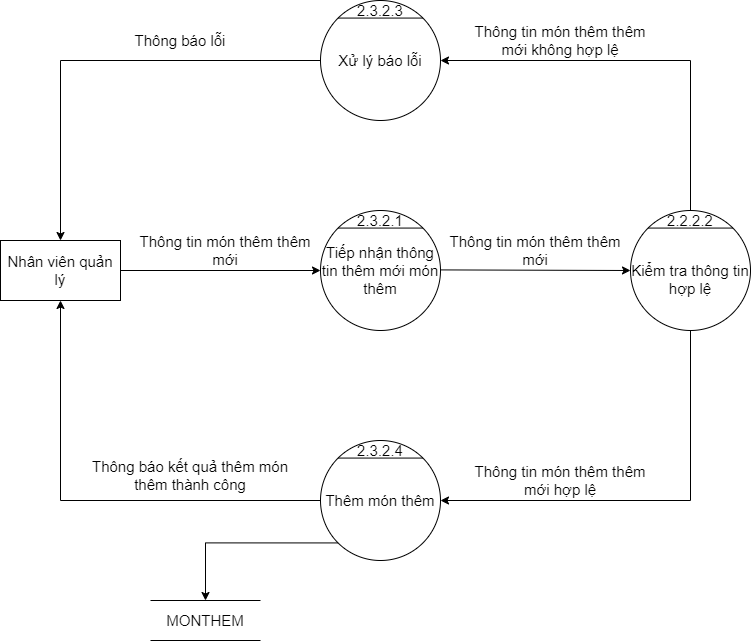
The draw.io diagram BFD&DFD/BFD&DFD mức 0, 1, 2, 3/DFD_3_QLMonthem_Insert.png in hungtadasuke/CoffeShop_SoftwareTechnology, before a commit. Source tidied: cells renumbered, new cells last; positions are measured from the earlier drawing's top-left corner, leaving out a move shared by most shapes.
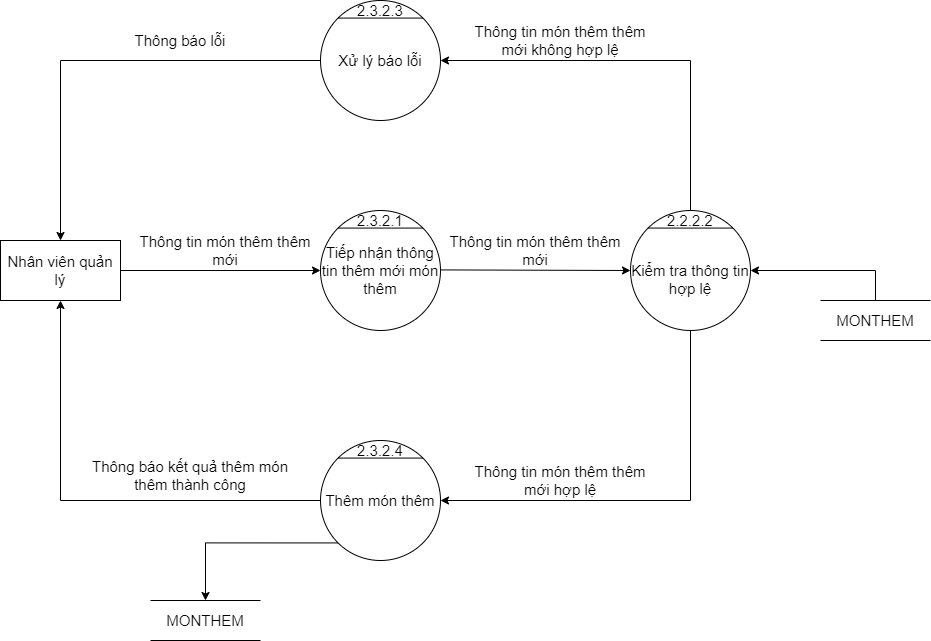
The same file after the commit.

Diff of the diagram source:
```diff
@@ -93,5 +93,15 @@
     <mxCell id="28" style="edgeStyle=segmentEdgeStyle;endArrow=classic;html=1;rounded=0;fontSize=15;entryX=0.5;entryY=0;entryDx=0;entryDy=0;exitX=0;exitY=1;exitDx=0;exitDy=0;" parent="1" edge="1" source="11" target="27">
       <mxGeometry relative="1" as="geometry" />
     </mxCell>
+    <mxCell id="29" value="&lt;font style=&quot;font-size: 15px&quot;&gt;MONTHEM&lt;/font&gt;" style="shape=partialRectangle;whiteSpace=wrap;html=1;left=0;right=0;fillColor=none;" parent="1" vertex="1">
+      <mxGeometry x="820" y="300" width="110" height="40" as="geometry" />
+    </mxCell>
+    <mxCell id="30" style="edgeStyle=segmentEdgeStyle;endArrow=classic;html=1;rounded=0;exitX=0.5;exitY=0;exitDx=0;exitDy=0;entryX=1;entryY=0.5;entryDx=0;entryDy=0;" parent="1" edge="1" source="29" target="8">
+      <mxGeometry relative="1" as="geometry">
+        <Array as="points">
+          <mxPoint x="875" y="270" />
+        </Array>
+      </mxGeometry>
+    </mxCell>
   </root>
 </mxGraphModel>
```
